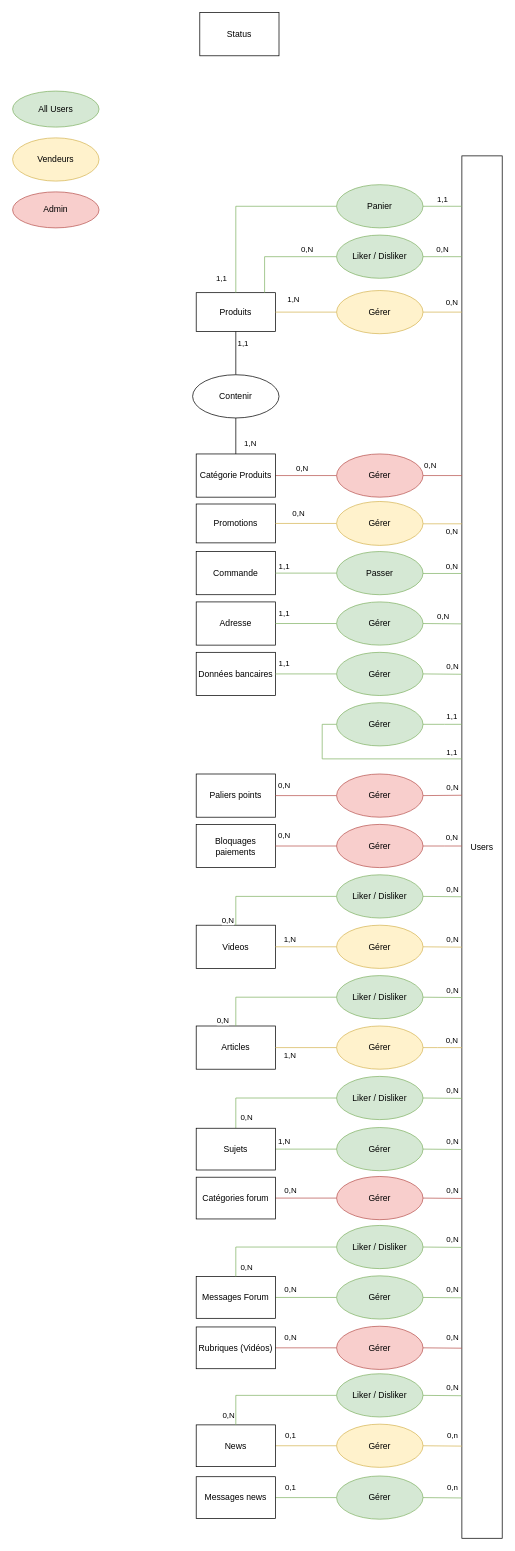
Above: page "MCD" (1 of 4) of BDD.drawio in Benji290402/TpPHP-SQL (draw.io), before the change. Source tidied: cells renumbered, new cells numbered last; positions are measured from the earlier drawing's top-left corner, leaving out a move shared by most shapes. Both pictures are drawn from the tidied source at 72%, with x=0, y=0 at pixel (12, 12).
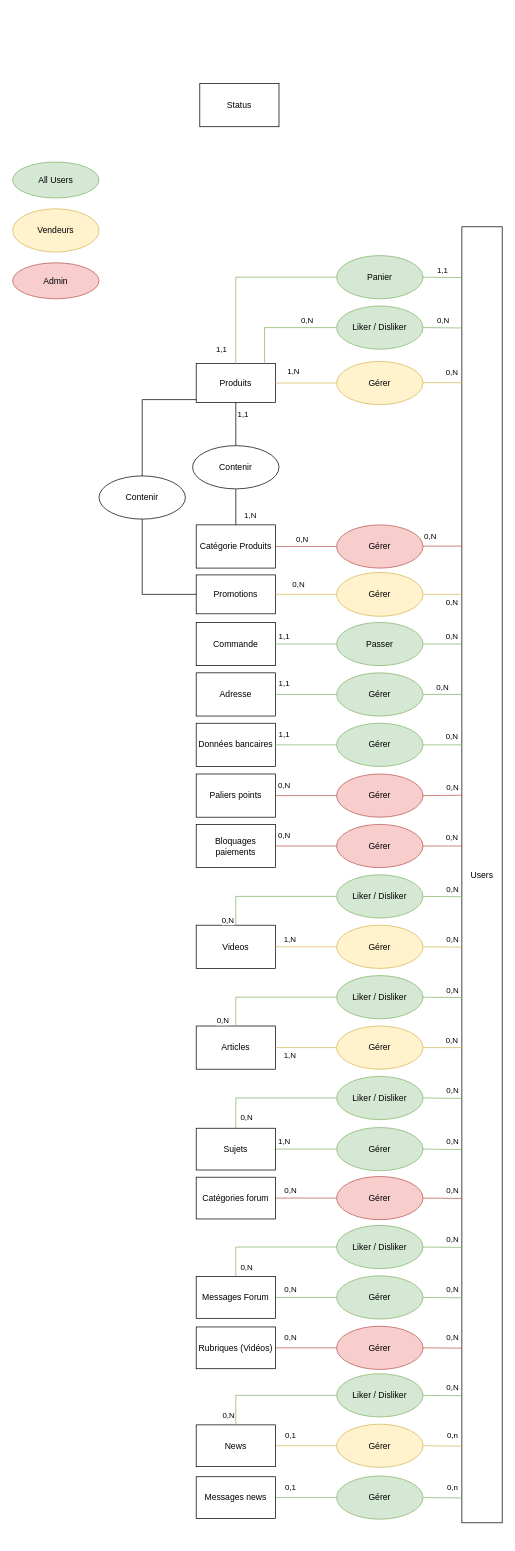
The same diagram, later.

The edit, as a diff of the source:
```diff
@@
     <mxCell id="2" value="Users" style="rounded=0;whiteSpace=wrap;html=1;glass=0;shadow=0;sketch=0;" parent="1" vertex="1">
-      <mxGeometry x="624" y="199" width="56" height="1920" as="geometry" />
+      <mxGeometry x="624" y="297.5" width="56" height="1800" as="geometry" />
     </mxCell>
+    <mxCell id="102" style="edgeStyle=orthogonalEdgeStyle;rounded=0;jettySize=auto;html=1;endArrow=none;endFill=0;" parent="1" edge="1" source="3" target="104">
+      <mxGeometry relative="1" as="geometry">
+        <Array as="points">
+          <mxPoint x="180" y="537.5" />
+        </Array>
+      </mxGeometry>
+    </mxCell>
     <mxCell id="3" value="Produits" style="rounded=0;whiteSpace=wrap;html=1;" parent="1" vertex="1">
-      <mxGeometry x="255" y="389" width="110" height="54" as="geometry" />
+      <mxGeometry x="255" y="487.5" width="110" height="54" as="geometry" />
     </mxCell>
     <mxCell id="4" value="1,1" style="edgeStyle=orthogonalEdgeStyle;rounded=0;jettySize=auto;html=1;endArrow=none;endFill=0;fillColor=#d5e8d4;strokeColor=#82b366;" parent="1" edge="1" source="3" target="6">
       <mxGeometry x="-0.85" y="20" relative="1" as="geometry">
         <Array as="points">
-          <mxPoint x="310" y="269" />
+          <mxPoint x="310" y="367.5" />
         </Array>
       </mxGeometry>
     </mxCell>
@@
     <mxCell id="6" value="Panier" style="ellipse;whiteSpace=wrap;html=1;fillColor=#d5e8d4;strokeColor=#82b366;" parent="1" vertex="1">
-      <mxGeometry x="450" y="239" width="120" height="60" as="geometry" />
+      <mxGeometry x="450" y="337.5" width="120" height="60" as="geometry" />
     </mxCell>
@@
     <mxCell id="8" value="Catégorie Produits" style="rounded=0;whiteSpace=wrap;html=1;" parent="1" vertex="1">
-      <mxGeometry x="255" y="613" width="110" height="60" as="geometry" />
+      <mxGeometry x="255" y="711.5" width="110" height="60" as="geometry" />
     </mxCell>
@@
     <mxCell id="11" value="Contenir" style="ellipse;whiteSpace=wrap;html=1;" parent="1" vertex="1">
-      <mxGeometry x="250" y="503" width="120" height="60" as="geometry" />
+      <mxGeometry x="250" y="601.5" width="120" height="60" as="geometry" />
     </mxCell>
@@
     <mxCell id="14" value="0,N" style="edgeStyle=elbowEdgeStyle;rounded=0;jettySize=auto;html=1;elbow=vertical;endArrow=none;endFill=0;fillColor=#fff2cc;strokeColor=#d6b656;" parent="1" edge="1" source="15">
       <mxGeometry x="0.48" y="14" relative="1" as="geometry">
-        <mxPoint x="624" y="415.5" as="targetPoint" />
+        <mxPoint x="624" y="514" as="targetPoint" />
       </mxGeometry>
     </mxCell>
     <mxCell id="15" value="Gérer" style="ellipse;whiteSpace=wrap;html=1;fillColor=#fff2cc;strokeColor=#d6b656;" parent="1" vertex="1">
-      <mxGeometry x="450" y="386" width="120" height="60" as="geometry" />
+      <mxGeometry x="450" y="484.5" width="120" height="60" as="geometry" />
     </mxCell>
     <mxCell id="16" value="Promotions" style="rounded=0;whiteSpace=wrap;html=1;" parent="1" vertex="1">
-      <mxGeometry x="255" y="682.5" width="110" height="54" as="geometry" />
+      <mxGeometry x="255" y="781" width="110" height="54" as="geometry" />
     </mxCell>
@@
     <mxCell id="19" value="0,N" style="edgeStyle=elbowEdgeStyle;rounded=0;jettySize=auto;html=1;elbow=vertical;endArrow=none;endFill=0;fillColor=#fff2cc;strokeColor=#d6b656;" parent="1" edge="1" source="20">
       <mxGeometry x="0.48" y="-11" relative="1" as="geometry">
-        <mxPoint x="624" y="709.7" as="targetPoint" />
+        <mxPoint x="624" y="808.2" as="targetPoint" />
       </mxGeometry>
     </mxCell>
     <mxCell id="20" value="Gérer" style="ellipse;whiteSpace=wrap;html=1;fillColor=#fff2cc;strokeColor=#d6b656;" parent="1" vertex="1">
-      <mxGeometry x="450" y="679" width="120" height="61" as="geometry" />
+      <mxGeometry x="450" y="777.5" width="120" height="61" as="geometry" />
     </mxCell>
@@
     <mxCell id="22" value="0,N" style="edgeStyle=elbowEdgeStyle;rounded=0;jettySize=auto;html=1;elbow=vertical;endArrow=none;endFill=0;fillColor=#f8cecc;strokeColor=#b85450;" parent="1" edge="1" source="23">
       <mxGeometry x="-0.63" y="14" relative="1" as="geometry">
-        <mxPoint x="624" y="642.5" as="targetPoint" />
+        <mxPoint x="624" y="741" as="targetPoint" />
       </mxGeometry>
     </mxCell>
     <mxCell id="23" value="Gérer" style="ellipse;whiteSpace=wrap;html=1;fillColor=#f8cecc;strokeColor=#b85450;" parent="1" vertex="1">
-      <mxGeometry x="450" y="613" width="120" height="60" as="geometry" />
+      <mxGeometry x="450" y="711.5" width="120" height="60" as="geometry" />
     </mxCell>
     <mxCell id="24" value="Commande" style="rounded=0;whiteSpace=wrap;html=1;" parent="1" vertex="1">
-      <mxGeometry x="255" y="748.5" width="110" height="60" as="geometry" />
+      <mxGeometry x="255" y="847" width="110" height="60" as="geometry" />
     </mxCell>
@@
     <mxCell id="27" value="0,N" style="edgeStyle=elbowEdgeStyle;rounded=0;jettySize=auto;html=1;elbow=vertical;endArrow=none;endFill=0;fillColor=#d5e8d4;strokeColor=#82b366;" parent="1" edge="1" source="28">
       <mxGeometry x="0.48" y="10" relative="1" as="geometry">
-        <mxPoint x="624" y="778.5" as="targetPoint" />
+        <mxPoint x="624" y="877" as="targetPoint" />
       </mxGeometry>
     </mxCell>
     <mxCell id="28" value="Passer" style="ellipse;whiteSpace=wrap;html=1;fillColor=#d5e8d4;strokeColor=#82b366;" parent="1" vertex="1">
-      <mxGeometry x="450" y="748.5" width="120" height="60" as="geometry" />
+      <mxGeometry x="450" y="847" width="120" height="60" as="geometry" />
     </mxCell>
     <mxCell id="29" value="Adresse" style="rounded=0;whiteSpace=wrap;html=1;" parent="1" vertex="1">
-      <mxGeometry x="255" y="818.5" width="110" height="60" as="geometry" />
+      <mxGeometry x="255" y="917" width="110" height="60" as="geometry" />
     </mxCell>
@@
     <mxCell id="31" value="0,N" style="edgeStyle=elbowEdgeStyle;rounded=0;jettySize=auto;html=1;exitX=1;exitY=0.5;exitDx=0;exitDy=0;endArrow=none;endFill=0;elbow=vertical;fillColor=#d5e8d4;strokeColor=#82b366;" parent="1" edge="1" source="32">
       <mxGeometry y="10" relative="1" as="geometry">
-        <mxPoint x="624" y="848.5" as="targetPoint" />
+        <mxPoint x="624" y="947" as="targetPoint" />
       </mxGeometry>
     </mxCell>
     <mxCell id="32" value="Gérer" style="ellipse;whiteSpace=wrap;html=1;fillColor=#d5e8d4;strokeColor=#82b366;" parent="1" vertex="1">
-      <mxGeometry x="450" y="818.5" width="120" height="60" as="geometry" />
+      <mxGeometry x="450" y="917" width="120" height="60" as="geometry" />
     </mxCell>
     <mxCell id="33" value="Données bancaires" style="rounded=0;whiteSpace=wrap;html=1;" parent="1" vertex="1">
-      <mxGeometry x="255" y="888.5" width="110" height="60" as="geometry" />
+      <mxGeometry x="255" y="987" width="110" height="60" as="geometry" />
     </mxCell>
@@
     <mxCell id="35" value="0,N" style="edgeStyle=elbowEdgeStyle;rounded=0;jettySize=auto;html=1;exitX=1;exitY=0.5;exitDx=0;exitDy=0;endArrow=none;endFill=0;elbow=vertical;fillColor=#d5e8d4;strokeColor=#82b366;" parent="1" edge="1" source="36">
       <mxGeometry x="0.48" y="11" relative="1" as="geometry">
-        <mxPoint x="624" y="918.5" as="targetPoint" />
+        <mxPoint x="624" y="1017" as="targetPoint" />
       </mxGeometry>
     </mxCell>
     <mxCell id="36" value="Gérer" style="ellipse;whiteSpace=wrap;html=1;fillColor=#d5e8d4;strokeColor=#82b366;" parent="1" vertex="1">
-      <mxGeometry x="450" y="888.5" width="120" height="60" as="geometry" />
+      <mxGeometry x="450" y="987" width="120" height="60" as="geometry" />
     </mxCell>
     <mxCell id="37" value="Status" style="rounded=0;whiteSpace=wrap;html=1;" parent="1" vertex="1">
-      <mxGeometry x="260" width="110" height="60" as="geometry" />
+      <mxGeometry x="260" y="98.5" width="110" height="60" as="geometry" />
     </mxCell>
-    <mxCell id="38" value="1,1" style="edgeStyle=elbowEdgeStyle;rounded=0;jettySize=auto;html=1;exitX=1;exitY=0.5;exitDx=0;exitDy=0;endArrow=none;endFill=0;elbow=vertical;fillColor=#d5e8d4;strokeColor=#82b366;" parent="1" edge="1" source="40">
-      <mxGeometry x="0.48" y="11" relative="1" as="geometry">
-        <mxPoint x="624" y="988.5" as="targetPoint" />
-        <Array as="points">
-          <mxPoint x="600" y="988.5" />
-        </Array>
-      </mxGeometry>
-    </mxCell>
-    <mxCell id="39" value="1,1" style="edgeStyle=orthogonalEdgeStyle;rounded=0;jettySize=auto;elbow=vertical;html=1;exitX=0;exitY=0.5;exitDx=0;exitDy=0;endArrow=none;endFill=0;fillColor=#d5e8d4;strokeColor=#82b366;" parent="1" edge="1" source="40">
-      <mxGeometry x="0.89" y="9" relative="1" as="geometry">
-        <mxPoint x="624" y="1036.5" as="targetPoint" />
-        <Array as="points">
-          <mxPoint x="430" y="988.5" />
-          <mxPoint x="430" y="1036.5" />
-        </Array>
-      </mxGeometry>
-    </mxCell>
-    <mxCell id="40" value="Gérer" style="ellipse;whiteSpace=wrap;html=1;fillColor=#d5e8d4;strokeColor=#82b366;" parent="1" vertex="1">
-      <mxGeometry x="450" y="958.5" width="120" height="60" as="geometry" />
-    </mxCell>
@@
     <mxCell id="49" value="All Users" style="ellipse;whiteSpace=wrap;html=1;fillColor=#d5e8d4;strokeColor=#82b366;" parent="1" vertex="1">
-      <mxGeometry y="109" width="120" height="50" as="geometry" />
+      <mxGeometry y="207.5" width="120" height="50" as="geometry" />
     </mxCell>
     <mxCell id="50" value="Admin" style="ellipse;whiteSpace=wrap;html=1;fillColor=#f8cecc;strokeColor=#b85450;" parent="1" vertex="1">
-      <mxGeometry y="249" width="120" height="50" as="geometry" />
+      <mxGeometry y="347.5" width="120" height="50" as="geometry" />
     </mxCell>
     <mxCell id="51" value="Vendeurs" style="ellipse;whiteSpace=wrap;html=1;fillColor=#fff2cc;strokeColor=#d6b656;" parent="1" vertex="1">
-      <mxGeometry y="174" width="120" height="60" as="geometry" />
+      <mxGeometry y="272.5" width="120" height="60" as="geometry" />
     </mxCell>
@@
     <mxCell id="90" value="0,N" style="edgeStyle=elbowEdgeStyle;rounded=0;jettySize=auto;elbow=vertical;html=1;exitX=1;exitY=0.5;exitDx=0;exitDy=0;endArrow=none;endFill=0;fillColor=#d5e8d4;strokeColor=#82b366;" parent="1" edge="1" source="92">
       <mxGeometry y="10" relative="1" as="geometry">
-        <mxPoint x="624" y="339" as="targetPoint" />
+        <mxPoint x="624" y="437.5" as="targetPoint" />
       </mxGeometry>
     </mxCell>
     <mxCell id="91" value="0,N" style="edgeStyle=elbowEdgeStyle;rounded=0;jettySize=auto;html=1;exitX=0;exitY=0.5;exitDx=0;exitDy=0;endArrow=none;endFill=0;fillColor=#d5e8d4;strokeColor=#82b366;" parent="1" edge="1" source="92" target="3">
       <mxGeometry x="-0.45" y="-10" relative="1" as="geometry">
         <Array as="points">
-          <mxPoint x="350" y="369" />
-          <mxPoint x="298" y="349" />
+          <mxPoint x="350" y="467.5" />
+          <mxPoint x="298" y="447.5" />
         </Array>
       </mxGeometry>
     </mxCell>
     <mxCell id="92" value="Liker / Disliker" style="ellipse;whiteSpace=wrap;html=1;fillColor=#d5e8d4;strokeColor=#82b366;" parent="1" vertex="1">
-      <mxGeometry x="450" y="309" width="120" height="60" as="geometry" />
+      <mxGeometry x="450" y="407.5" width="120" height="60" as="geometry" />
     </mxCell>
@@
+    <mxCell id="103" style="edgeStyle=orthogonalEdgeStyle;rounded=0;jettySize=auto;html=1;exitX=0.5;exitY=1;exitDx=0;exitDy=0;entryX=0;entryY=0.5;entryDx=0;entryDy=0;endArrow=none;endFill=0;" parent="1" edge="1" source="104" target="16">
+      <mxGeometry relative="1" as="geometry" />
+    </mxCell>
+    <mxCell id="104" value="Contenir" style="ellipse;whiteSpace=wrap;html=1;" parent="1" vertex="1">
+      <mxGeometry x="120" y="643.5" width="120" height="60" as="geometry" />
+    </mxCell>
```
